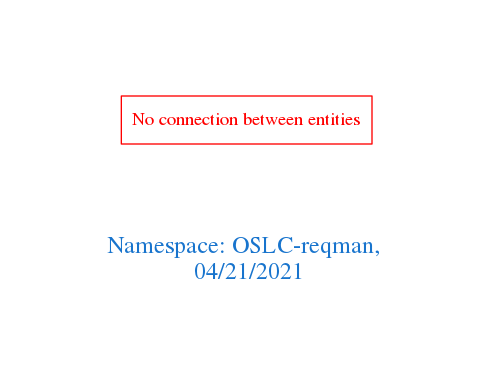
Above: downloads/OSLC-reqman.png in arago/OGIT (Graphviz), before the change. Its source is kept beside it as downloads/OSLC-reqman.dot.
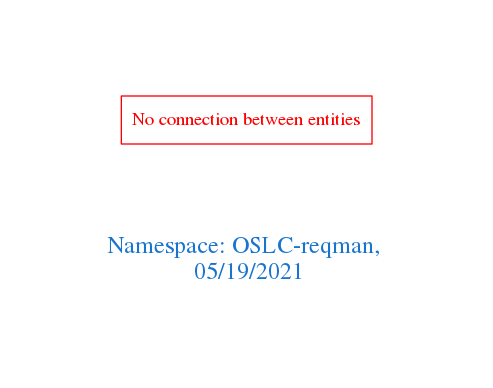
After the change.

Diff of the diagram source:
```diff
@@ -1,7 +1,7 @@
 digraph OGIT_ontology {
  graph [ rankdir= LR,pad=1
 fontsize = 18,
-fontcolor= dodgerblue3,label = "\n\n\nNamespace: OSLC-reqman, \n 04/21/2021"];
+fontcolor= dodgerblue3,label = "\n\n\nNamespace: OSLC-reqman, \n 05/19/2021"];
 node[shape=polygon];
 edge [  color="gray81"];
 
```
